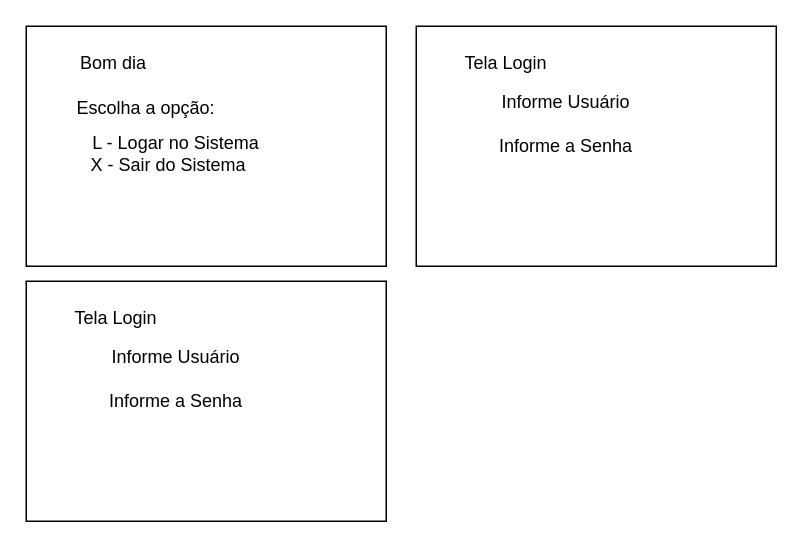
Before: src/Aulas Programacao Orientada a Objetos/Aula07/ModificadoresAcesso/GestaoFrotas/Wireframe.drawio in RumosProjetos/Acao84091, a draw.io diagram. Source tidied: cells renumbered, new cells numbered last; positions are measured from the earlier drawing's top-left corner, leaving out a move shared by most shapes. Both pictures are drawn from the tidied source at 150%, with x=0, y=0 at pixel (26, 26).
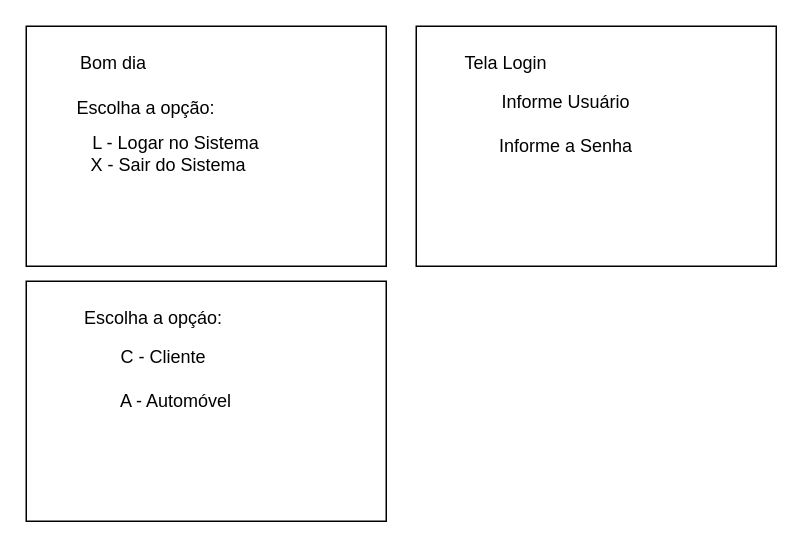
The same page after the edit.

What changed in the source:
```diff
@@
 <mxGraphModel>
   <root>
     <mxCell id="0" />
     <mxCell id="1" parent="0" />
     <mxCell id="2" style="whiteSpace=wrap;html=1;" parent="1" vertex="1">
       <mxGeometry width="240" height="160" as="geometry" />
     </mxCell>
     <mxCell id="3" value="Bom dia&amp;nbsp;" style="text;html=1;strokeColor=none;fillColor=none;align=center;verticalAlign=middle;whiteSpace=wrap;rounded=0;" parent="1" vertex="1">
       <mxGeometry x="30" y="10" width="60" height="30" as="geometry" />
     </mxCell>
     <mxCell id="4" value="Escolha a opção:" style="text;html=1;strokeColor=none;fillColor=none;align=center;verticalAlign=middle;whiteSpace=wrap;rounded=0;" parent="1" vertex="1">
       <mxGeometry x="30" y="40" width="100" height="30" as="geometry" />
     </mxCell>
     <mxCell id="5" value="L - Logar no Sistema&lt;br&gt;X - Sair do Sistema&amp;nbsp; &amp;nbsp;" style="text;html=1;strokeColor=none;fillColor=none;align=center;verticalAlign=middle;whiteSpace=wrap;rounded=0;" parent="1" vertex="1">
       <mxGeometry x="30" y="70" width="140" height="30" as="geometry" />
     </mxCell>
     <mxCell id="6" style="whiteSpace=wrap;html=1;" parent="1" vertex="1">
       <mxGeometry x="260" width="240" height="160" as="geometry" />
     </mxCell>
     <mxCell id="7" value="Tela Login" style="text;html=1;strokeColor=none;fillColor=none;align=center;verticalAlign=middle;whiteSpace=wrap;rounded=0;" parent="1" vertex="1">
       <mxGeometry x="290" y="10" width="60" height="30" as="geometry" />
     </mxCell>
     <mxCell id="8" value="Informe Usuário&lt;br&gt;&lt;br&gt;Informe a Senha" style="text;html=1;strokeColor=none;fillColor=none;align=center;verticalAlign=middle;whiteSpace=wrap;rounded=0;" parent="1" vertex="1">
       <mxGeometry x="290" y="50" width="140" height="30" as="geometry" />
     </mxCell>
     <mxCell id="9" style="whiteSpace=wrap;html=1;" parent="1" vertex="1">
       <mxGeometry y="170" width="240" height="160" as="geometry" />
     </mxCell>
-    <mxCell id="10" value="Tela Login" style="text;html=1;strokeColor=none;fillColor=none;align=center;verticalAlign=middle;whiteSpace=wrap;rounded=0;" parent="1" vertex="1">
-      <mxGeometry x="30" y="180" width="60" height="30" as="geometry" />
+    <mxCell id="10" value="Escolha a opçáo:" style="text;html=1;strokeColor=none;fillColor=none;align=center;verticalAlign=middle;whiteSpace=wrap;rounded=0;" parent="1" vertex="1">
+      <mxGeometry x="30" y="180" width="110" height="30" as="geometry" />
     </mxCell>
-    <mxCell id="11" value="Informe Usuário&lt;br&gt;&lt;br&gt;Informe a Senha" style="text;html=1;strokeColor=none;fillColor=none;align=center;verticalAlign=middle;whiteSpace=wrap;rounded=0;" parent="1" vertex="1">
+    <mxCell id="11" value="C - Cliente&amp;nbsp; &amp;nbsp; &amp;nbsp;&lt;br&gt;&lt;br&gt;A - Automóvel" style="text;html=1;strokeColor=none;fillColor=none;align=center;verticalAlign=middle;whiteSpace=wrap;rounded=0;" parent="1" vertex="1">
       <mxGeometry x="30" y="220" width="140" height="30" as="geometry" />
     </mxCell>
   </root>
 </mxGraphModel>
```
